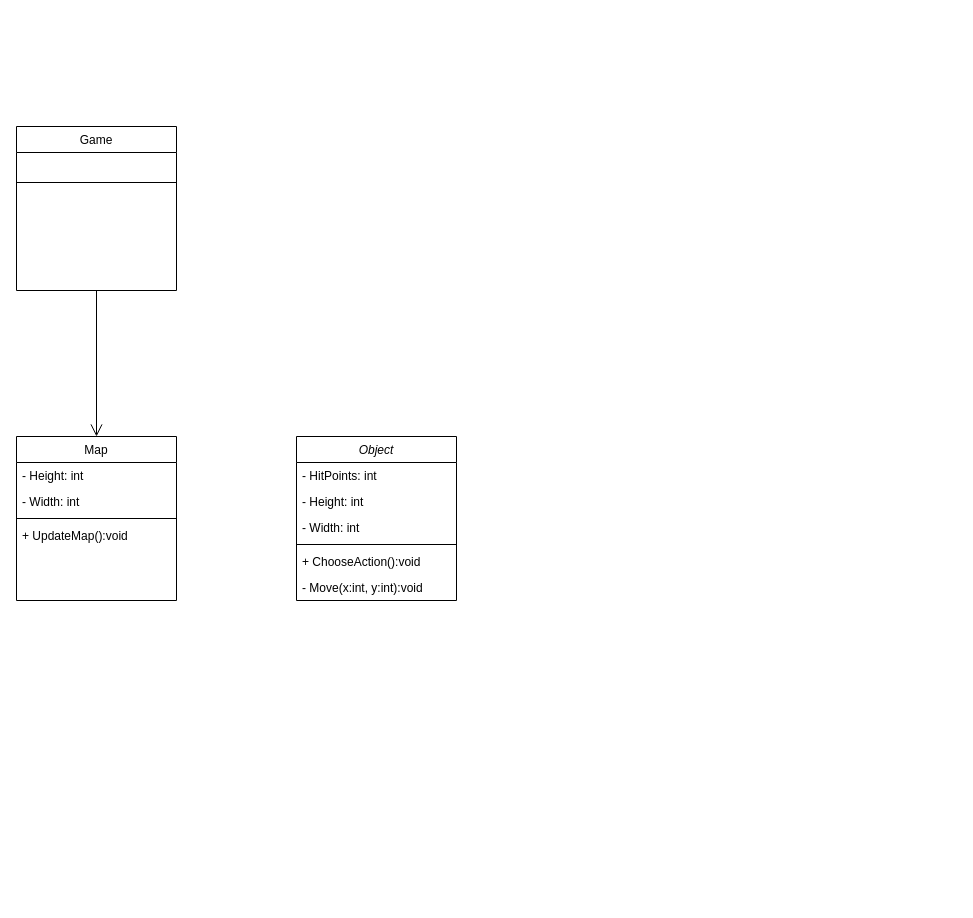
Earlier version of the draw.io diagram diagrams/WebExtraTask.drawio (vishIGOR/ExtraTaskForWeb). Source tidied: cells renumbered, new cells numbered last; positions are measured from the earlier drawing's top-left corner, leaving out a move shared by most shapes. Both pictures are drawn from the tidied source at 100%, with x=0, y=0 at pixel (16, 126).
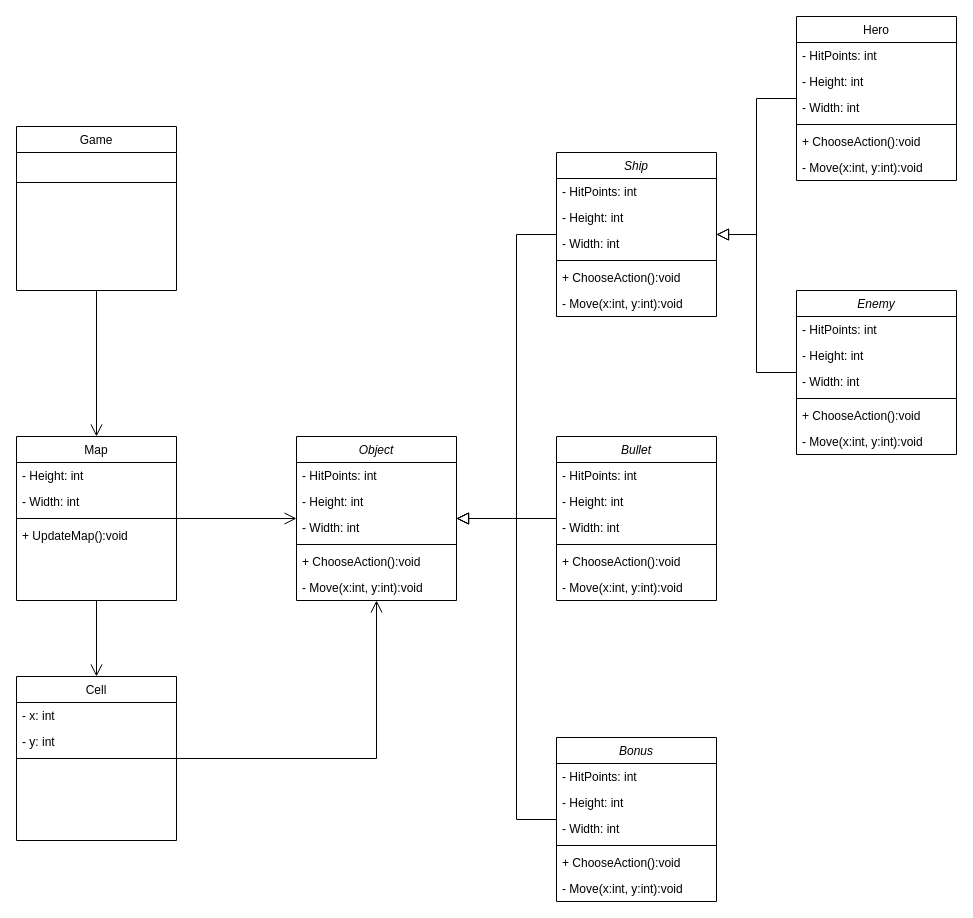
The same diagram, later.

Unchanged cells that the change refers to:
```xml
<mxCell id="2" value="Object" style="swimlane;fontStyle=2;align=center;verticalAlign=top;horizontal=1;startSize=26;rounded=0;shadow=0;strokeWidth=1;" parent="1" vertex="1">
  <mxGeometry x="280" y="310" width="160" height="164" as="geometry" />
</mxCell>
<mxCell id="9" value="Map" style="swimlane;fontStyle=0;align=center;verticalAlign=top;horizontal=1;startSize=26;rounded=0;shadow=0;strokeWidth=1;" parent="1" vertex="1">
  <mxGeometry y="310" width="160" height="164" as="geometry" />
</mxCell>
```

What changed in the source:
```diff
@@
+    <mxCell id="18" style="edgeStyle=orthogonalEdgeStyle;rounded=0;jettySize=auto;html=1;endArrow=open;endFill=0;endSize=10;" parent="1" edge="1" source="9" target="2">
+      <mxGeometry relative="1" as="geometry" />
+    </mxCell>
+    <mxCell id="19" style="edgeStyle=orthogonalEdgeStyle;rounded=0;jettySize=auto;html=1;endArrow=open;endFill=0;endSize=10;" parent="1" edge="1" source="9" target="21">
+      <mxGeometry relative="1" as="geometry" />
+    </mxCell>
@@
+    <mxCell id="20" style="edgeStyle=orthogonalEdgeStyle;rounded=0;jettySize=auto;html=1;endArrow=open;endFill=0;endSize=10;" parent="1" edge="1" source="21" target="2">
+      <mxGeometry relative="1" as="geometry" />
+    </mxCell>
+    <mxCell id="21" value="Cell" style="swimlane;fontStyle=0;align=center;verticalAlign=top;horizontal=1;startSize=26;rounded=0;shadow=0;strokeWidth=1;" parent="1" vertex="1">
+      <mxGeometry y="550" width="160" height="164" as="geometry" />
+    </mxCell>
+    <mxCell id="22" value="- x: int" style="text;align=left;verticalAlign=top;spacingLeft=4;spacingRight=4;overflow=hidden;rounded=0;shadow=0;html=0;" parent="21" vertex="1">
+      <mxGeometry y="26" width="160" height="26" as="geometry" />
+    </mxCell>
+    <mxCell id="23" value="- y: int" style="text;align=left;verticalAlign=top;spacingLeft=4;spacingRight=4;overflow=hidden;rounded=0;shadow=0;html=0;" parent="21" vertex="1">
+      <mxGeometry y="52" width="160" height="26" as="geometry" />
+    </mxCell>
+    <mxCell id="24" style="line;html=1;strokeWidth=1;align=left;verticalAlign=middle;spacingTop=-1;spacingLeft=3;spacingRight=3;labelPosition=right;" parent="21" vertex="1">
+      <mxGeometry y="78" width="160" height="8" as="geometry" />
+    </mxCell>
+    <mxCell id="25" style="edgeStyle=orthogonalEdgeStyle;rounded=0;jettySize=auto;html=1;endArrow=block;endFill=0;endSize=10;" parent="1" edge="1" source="26" target="2">
+      <mxGeometry relative="1" as="geometry">
+        <Array as="points">
+          <mxPoint x="500" y="108" />
+          <mxPoint x="500" y="392" />
+        </Array>
+      </mxGeometry>
+    </mxCell>
+    <mxCell id="26" value="Ship" style="swimlane;fontStyle=2;align=center;verticalAlign=top;horizontal=1;startSize=26;rounded=0;shadow=0;strokeWidth=1;" parent="1" vertex="1">
+      <mxGeometry x="540" y="26" width="160" height="164" as="geometry" />
+    </mxCell>
+    <mxCell id="27" value="- HitPoints: int" style="text;align=left;verticalAlign=top;spacingLeft=4;spacingRight=4;overflow=hidden;" parent="26" vertex="1">
+      <mxGeometry y="26" width="160" height="26" as="geometry" />
+    </mxCell>
+    <mxCell id="28" value="- Height: int" style="text;align=left;verticalAlign=top;spacingLeft=4;spacingRight=4;overflow=hidden;rounded=0;shadow=0;html=0;" parent="26" vertex="1">
+      <mxGeometry y="52" width="160" height="26" as="geometry" />
+    </mxCell>
+    <mxCell id="29" value="- Width: int" style="text;align=left;verticalAlign=top;spacingLeft=4;spacingRight=4;overflow=hidden;rounded=0;shadow=0;html=0;" parent="26" vertex="1">
+      <mxGeometry y="78" width="160" height="26" as="geometry" />
+    </mxCell>
+    <mxCell id="30" style="line;html=1;strokeWidth=1;align=left;verticalAlign=middle;spacingTop=-1;spacingLeft=3;spacingRight=3;labelPosition=right;" parent="26" vertex="1">
+      <mxGeometry y="104" width="160" height="8" as="geometry" />
+    </mxCell>
+    <mxCell id="31" value="+ ChooseAction():void " style="text;align=left;verticalAlign=top;spacingLeft=4;spacingRight=4;overflow=hidden;" parent="26" vertex="1">
+      <mxGeometry y="112" width="160" height="26" as="geometry" />
+    </mxCell>
+    <mxCell id="32" value="- Move(x:int, y:int):void " style="text;align=left;verticalAlign=top;spacingLeft=4;spacingRight=4;overflow=hidden;" parent="26" vertex="1">
+      <mxGeometry y="138" width="160" height="26" as="geometry" />
+    </mxCell>
+    <mxCell id="33" style="edgeStyle=orthogonalEdgeStyle;rounded=0;jettySize=auto;html=1;endArrow=block;endFill=0;endSize=10;" parent="1" edge="1" source="34" target="2">
+      <mxGeometry relative="1" as="geometry">
+        <Array as="points">
+          <mxPoint x="500" y="693" />
+          <mxPoint x="500" y="392" />
+        </Array>
+      </mxGeometry>
+    </mxCell>
+    <mxCell id="34" value="Bonus" style="swimlane;fontStyle=2;align=center;verticalAlign=top;horizontal=1;startSize=26;rounded=0;shadow=0;strokeWidth=1;" parent="1" vertex="1">
+      <mxGeometry x="540" y="611" width="160" height="164" as="geometry" />
+    </mxCell>
+    <mxCell id="35" value="- HitPoints: int" style="text;align=left;verticalAlign=top;spacingLeft=4;spacingRight=4;overflow=hidden;" parent="34" vertex="1">
+      <mxGeometry y="26" width="160" height="26" as="geometry" />
+    </mxCell>
+    <mxCell id="36" value="- Height: int" style="text;align=left;verticalAlign=top;spacingLeft=4;spacingRight=4;overflow=hidden;rounded=0;shadow=0;html=0;" parent="34" vertex="1">
+      <mxGeometry y="52" width="160" height="26" as="geometry" />
+    </mxCell>
+    <mxCell id="37" value="- Width: int" style="text;align=left;verticalAlign=top;spacingLeft=4;spacingRight=4;overflow=hidden;rounded=0;shadow=0;html=0;" parent="34" vertex="1">
+      <mxGeometry y="78" width="160" height="26" as="geometry" />
+    </mxCell>
+    <mxCell id="38" style="line;html=1;strokeWidth=1;align=left;verticalAlign=middle;spacingTop=-1;spacingLeft=3;spacingRight=3;labelPosition=right;" parent="34" vertex="1">
+      <mxGeometry y="104" width="160" height="8" as="geometry" />
+    </mxCell>
+    <mxCell id="39" value="+ ChooseAction():void " style="text;align=left;verticalAlign=top;spacingLeft=4;spacingRight=4;overflow=hidden;" parent="34" vertex="1">
+      <mxGeometry y="112" width="160" height="26" as="geometry" />
+    </mxCell>
+    <mxCell id="40" value="- Move(x:int, y:int):void " style="text;align=left;verticalAlign=top;spacingLeft=4;spacingRight=4;overflow=hidden;" parent="34" vertex="1">
+      <mxGeometry y="138" width="160" height="26" as="geometry" />
+    </mxCell>
+    <mxCell id="41" style="edgeStyle=orthogonalEdgeStyle;rounded=0;jettySize=auto;html=1;endArrow=block;endFill=0;endSize=10;" parent="1" edge="1" source="42" target="2">
+      <mxGeometry relative="1" as="geometry" />
+    </mxCell>
+    <mxCell id="42" value="Bullet" style="swimlane;fontStyle=2;align=center;verticalAlign=top;horizontal=1;startSize=26;rounded=0;shadow=0;strokeWidth=1;" parent="1" vertex="1">
+      <mxGeometry x="540" y="310" width="160" height="164" as="geometry" />
+    </mxCell>
+    <mxCell id="43" value="- HitPoints: int" style="text;align=left;verticalAlign=top;spacingLeft=4;spacingRight=4;overflow=hidden;" parent="42" vertex="1">
+      <mxGeometry y="26" width="160" height="26" as="geometry" />
+    </mxCell>
+    <mxCell id="44" value="- Height: int" style="text;align=left;verticalAlign=top;spacingLeft=4;spacingRight=4;overflow=hidden;rounded=0;shadow=0;html=0;" parent="42" vertex="1">
+      <mxGeometry y="52" width="160" height="26" as="geometry" />
+    </mxCell>
+    <mxCell id="45" value="- Width: int" style="text;align=left;verticalAlign=top;spacingLeft=4;spacingRight=4;overflow=hidden;rounded=0;shadow=0;html=0;" parent="42" vertex="1">
+      <mxGeometry y="78" width="160" height="26" as="geometry" />
+    </mxCell>
+    <mxCell id="46" style="line;html=1;strokeWidth=1;align=left;verticalAlign=middle;spacingTop=-1;spacingLeft=3;spacingRight=3;labelPosition=right;" parent="42" vertex="1">
+      <mxGeometry y="104" width="160" height="8" as="geometry" />
+    </mxCell>
+    <mxCell id="47" value="+ ChooseAction():void " style="text;align=left;verticalAlign=top;spacingLeft=4;spacingRight=4;overflow=hidden;" parent="42" vertex="1">
+      <mxGeometry y="112" width="160" height="26" as="geometry" />
+    </mxCell>
+    <mxCell id="48" value="- Move(x:int, y:int):void " style="text;align=left;verticalAlign=top;spacingLeft=4;spacingRight=4;overflow=hidden;" parent="42" vertex="1">
+      <mxGeometry y="138" width="160" height="26" as="geometry" />
+    </mxCell>
+    <mxCell id="49" style="edgeStyle=orthogonalEdgeStyle;rounded=0;jettySize=auto;html=1;endArrow=block;endFill=0;endSize=10;" parent="1" edge="1" source="50" target="26">
+      <mxGeometry relative="1" as="geometry" />
+    </mxCell>
+    <mxCell id="50" value="Hero" style="swimlane;fontStyle=0;align=center;verticalAlign=top;horizontal=1;startSize=26;rounded=0;shadow=0;strokeWidth=1;" parent="1" vertex="1">
+      <mxGeometry x="780" y="-110" width="160" height="164" as="geometry" />
+    </mxCell>
+    <mxCell id="51" value="- HitPoints: int" style="text;align=left;verticalAlign=top;spacingLeft=4;spacingRight=4;overflow=hidden;" parent="50" vertex="1">
+      <mxGeometry y="26" width="160" height="26" as="geometry" />
+    </mxCell>
+    <mxCell id="52" value="- Height: int" style="text;align=left;verticalAlign=top;spacingLeft=4;spacingRight=4;overflow=hidden;rounded=0;shadow=0;html=0;" parent="50" vertex="1">
+      <mxGeometry y="52" width="160" height="26" as="geometry" />
+    </mxCell>
+    <mxCell id="53" value="- Width: int" style="text;align=left;verticalAlign=top;spacingLeft=4;spacingRight=4;overflow=hidden;rounded=0;shadow=0;html=0;" parent="50" vertex="1">
+      <mxGeometry y="78" width="160" height="26" as="geometry" />
+    </mxCell>
+    <mxCell id="54" style="line;html=1;strokeWidth=1;align=left;verticalAlign=middle;spacingTop=-1;spacingLeft=3;spacingRight=3;labelPosition=right;" parent="50" vertex="1">
+      <mxGeometry y="104" width="160" height="8" as="geometry" />
+    </mxCell>
+    <mxCell id="55" value="+ ChooseAction():void " style="text;align=left;verticalAlign=top;spacingLeft=4;spacingRight=4;overflow=hidden;" parent="50" vertex="1">
+      <mxGeometry y="112" width="160" height="26" as="geometry" />
+    </mxCell>
+    <mxCell id="56" value="- Move(x:int, y:int):void " style="text;align=left;verticalAlign=top;spacingLeft=4;spacingRight=4;overflow=hidden;" parent="50" vertex="1">
+      <mxGeometry y="138" width="160" height="26" as="geometry" />
+    </mxCell>
+    <mxCell id="57" style="edgeStyle=orthogonalEdgeStyle;rounded=0;jettySize=auto;html=1;endArrow=block;endFill=0;endSize=10;" parent="1" edge="1" source="58" target="26">
+      <mxGeometry relative="1" as="geometry" />
+    </mxCell>
+    <mxCell id="58" value="Enemy" style="swimlane;fontStyle=2;align=center;verticalAlign=top;horizontal=1;startSize=26;rounded=0;shadow=0;strokeWidth=1;" parent="1" vertex="1">
+      <mxGeometry x="780" y="164" width="160" height="164" as="geometry" />
+    </mxCell>
+    <mxCell id="59" value="- HitPoints: int" style="text;align=left;verticalAlign=top;spacingLeft=4;spacingRight=4;overflow=hidden;" parent="58" vertex="1">
+      <mxGeometry y="26" width="160" height="26" as="geometry" />
+    </mxCell>
+    <mxCell id="60" value="- Height: int" style="text;align=left;verticalAlign=top;spacingLeft=4;spacingRight=4;overflow=hidden;rounded=0;shadow=0;html=0;" parent="58" vertex="1">
+      <mxGeometry y="52" width="160" height="26" as="geometry" />
+    </mxCell>
+    <mxCell id="61" value="- Width: int" style="text;align=left;verticalAlign=top;spacingLeft=4;spacingRight=4;overflow=hidden;rounded=0;shadow=0;html=0;" parent="58" vertex="1">
+      <mxGeometry y="78" width="160" height="26" as="geometry" />
+    </mxCell>
+    <mxCell id="62" style="line;html=1;strokeWidth=1;align=left;verticalAlign=middle;spacingTop=-1;spacingLeft=3;spacingRight=3;labelPosition=right;" parent="58" vertex="1">
+      <mxGeometry y="104" width="160" height="8" as="geometry" />
+    </mxCell>
+    <mxCell id="63" value="+ ChooseAction():void " style="text;align=left;verticalAlign=top;spacingLeft=4;spacingRight=4;overflow=hidden;" parent="58" vertex="1">
+      <mxGeometry y="112" width="160" height="26" as="geometry" />
+    </mxCell>
+    <mxCell id="64" value="- Move(x:int, y:int):void " style="text;align=left;verticalAlign=top;spacingLeft=4;spacingRight=4;overflow=hidden;" parent="58" vertex="1">
+      <mxGeometry y="138" width="160" height="26" as="geometry" />
+    </mxCell>
```
